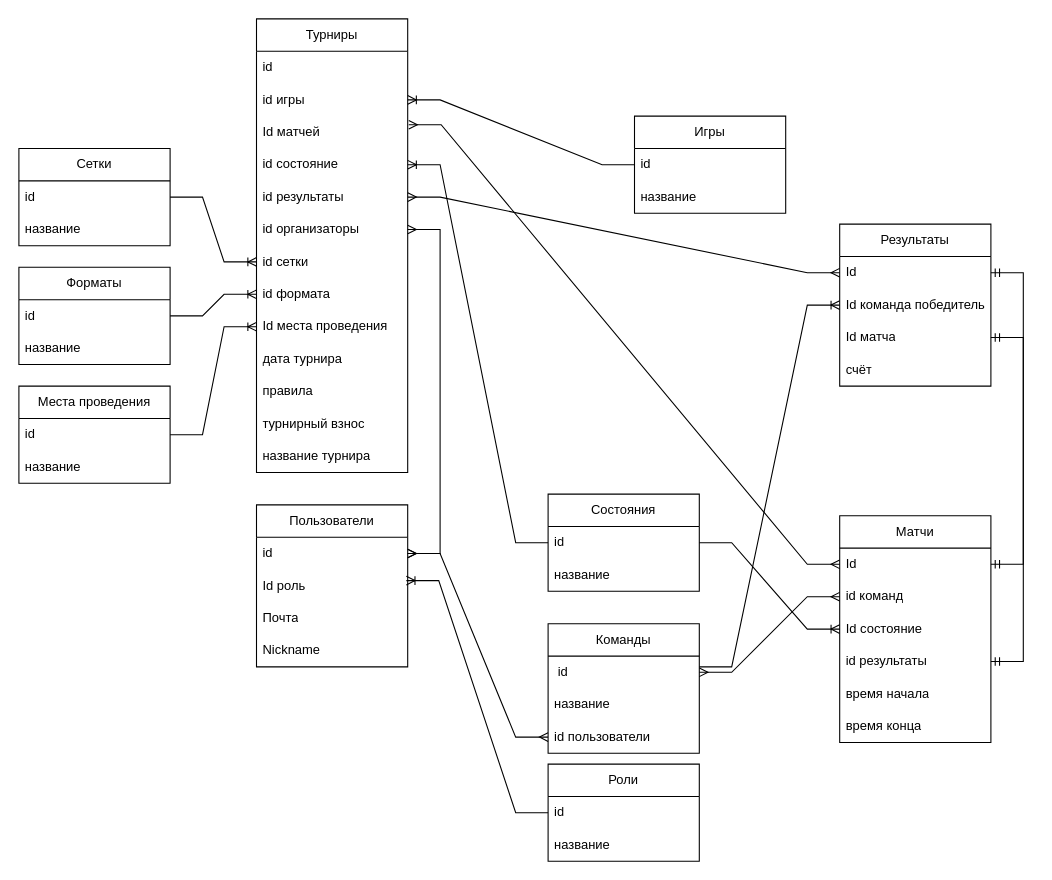
Earlier version of the draw.io diagram backend/architecture_db_hahaton.drawio (Probe1st/hahaton-project). Source tidied: cells renumbered, new cells numbered last; positions are measured from the earlier drawing's top-left corner, leaving out a move shared by most shapes. Both pictures are drawn from the tidied source at 108%, with x=0, y=0 at pixel (18, 18).
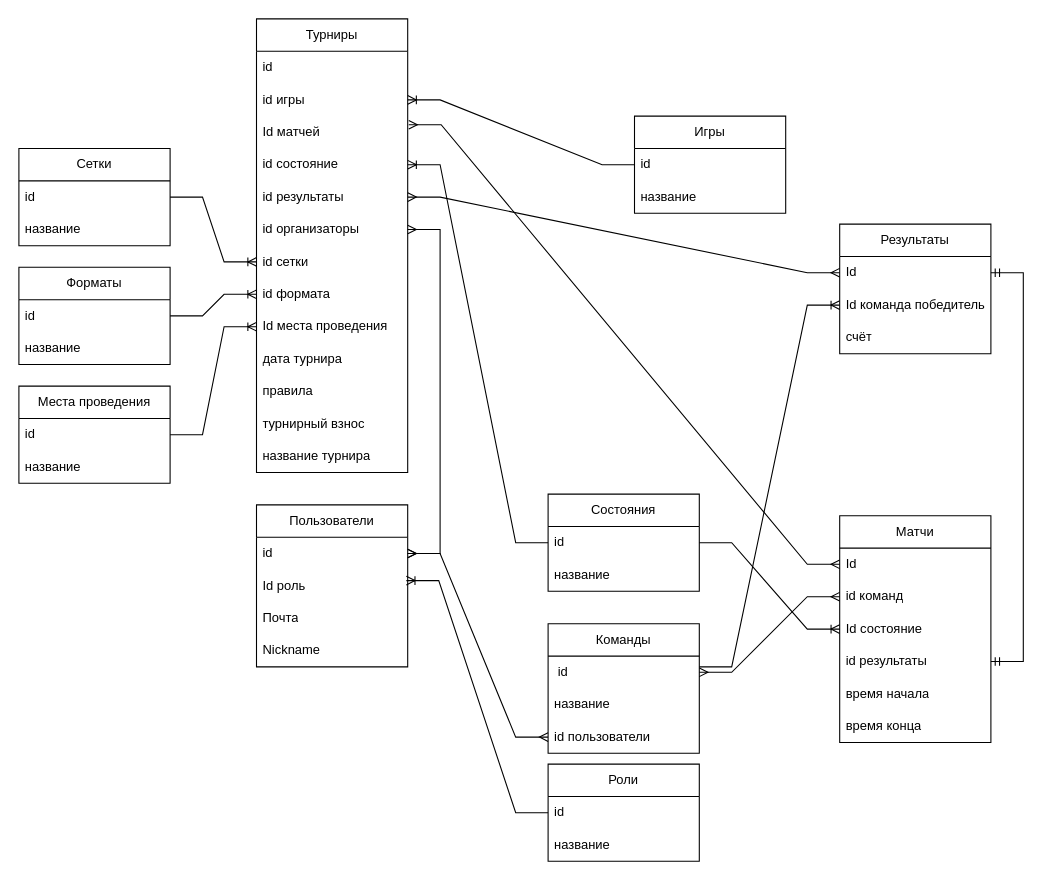
The same diagram, later.

The change refers to these unchanged cells:
```xml
<mxCell id="16" value="Id" style="text;strokeColor=none;fillColor=none;align=left;verticalAlign=middle;spacingLeft=4;spacingRight=4;overflow=hidden;points=[[0,0.5],[1,0.5]];portConstraint=eastwest;whiteSpace=wrap;html=1;" parent="15" vertex="1">
  <mxGeometry y="30" width="140" height="30" as="geometry" />
</mxCell>
```

Change to the diagram source:
```diff
@@
     <mxCell id="44" value="Результаты" style="swimlane;fontStyle=0;horizontal=1;startSize=30;whiteSpace=wrap;html=1;" parent="1" vertex="1">
-      <mxGeometry x="760" y="190" width="140" height="150" as="geometry" />
+      <mxGeometry x="760" y="190" width="140" height="120" as="geometry" />
     </mxCell>
@@
-    <mxCell id="47" value="Id матча" style="text;strokeColor=none;fillColor=none;align=left;verticalAlign=middle;spacingLeft=4;spacingRight=4;overflow=hidden;points=[[0,0.5],[1,0.5]];portConstraint=eastwest;whiteSpace=wrap;html=1;" parent="44" vertex="1">
-      <mxGeometry y="90" width="140" height="30" as="geometry" />
-    </mxCell>
     <mxCell id="48" value="счёт" style="text;strokeColor=none;fillColor=none;align=left;verticalAlign=middle;spacingLeft=4;spacingRight=4;overflow=hidden;whiteSpace=wrap;html=1;" parent="44" vertex="1">
-      <mxGeometry y="120" width="140" height="30" as="geometry" />
+      <mxGeometry y="90" width="140" height="30" as="geometry" />
     </mxCell>
@@
-    <mxCell id="54" style="edgeStyle=entityRelationEdgeStyle;fontSize=12;html=1;endArrow=ERmandOne;startArrow=ERmandOne;rounded=0;entryX=1;entryY=0.5;entryDx=0;entryDy=0;exitX=1;exitY=0.5;exitDx=0;exitDy=0;" parent="1" edge="1" source="16" target="47">
-      <mxGeometry relative="1" as="geometry">
-        <Array as="points">
-          <mxPoint x="1220" y="480" />
-        </Array>
-      </mxGeometry>
-    </mxCell>
```
